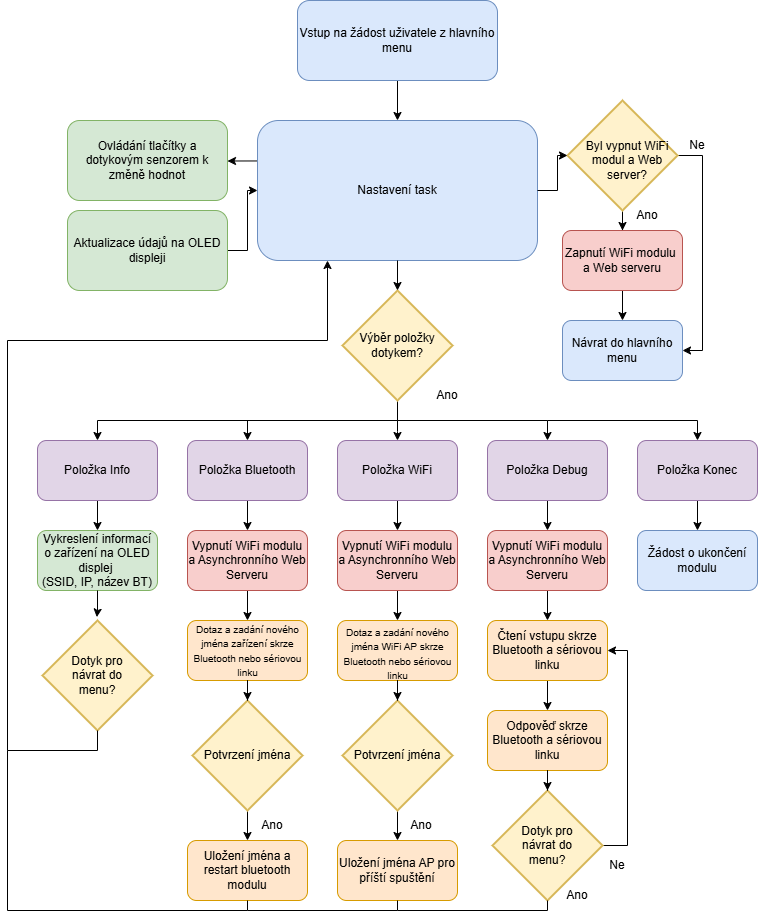
LosKukos/ESP32-Demonstration-Firmware keeps this draw.io diagram as settings_diagram.png. Above is the earlier version. Source tidied: cells renumbered, new cells last; positions are measured from the earlier drawing's top-left corner, leaving out a move shared by most shapes.
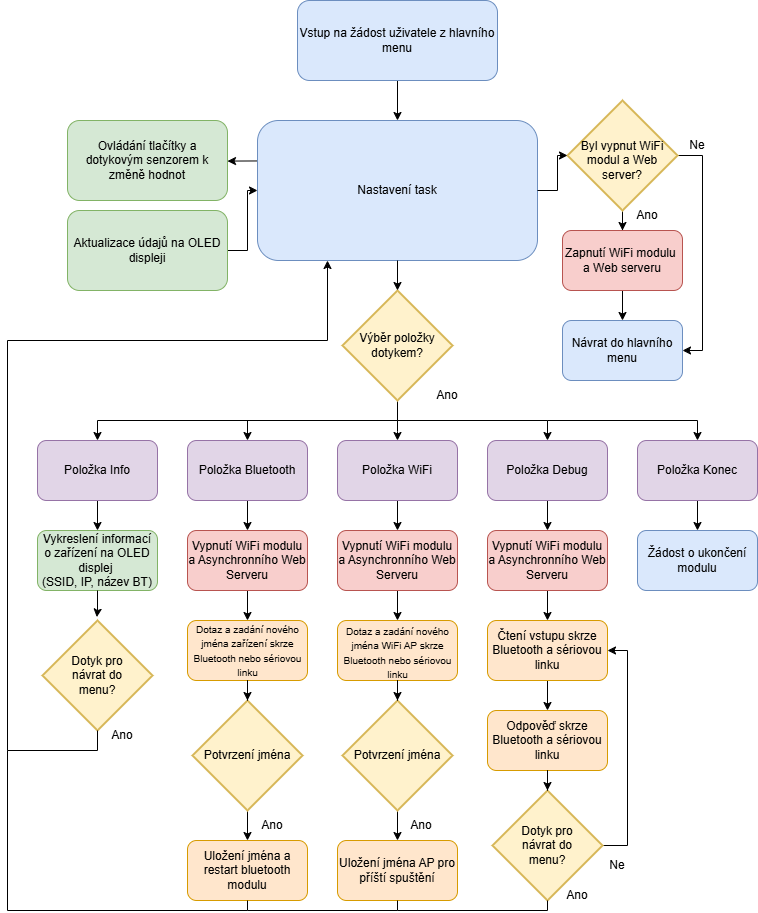
The same file after the commit.

Change to the diagram source:
```diff
@@ -165,7 +165,7 @@
       <mxGeometry relative="1" as="geometry" />
     </mxCell>
     <mxCell id="50" value="Byl vypnut WiFi modul a Web server?" style="text;html=1;whiteSpace=wrap;strokeColor=none;fillColor=none;align=center;verticalAlign=middle;rounded=0;" parent="1" vertex="1">
-      <mxGeometry x="565" y="130" width="110" height="60" as="geometry" />
+      <mxGeometry x="560" y="130" width="110" height="60" as="geometry" />
     </mxCell>
     <mxCell id="51" value="Ano" style="text;html=1;whiteSpace=wrap;strokeColor=none;fillColor=none;align=center;verticalAlign=middle;rounded=0;" parent="1" vertex="1">
       <mxGeometry x="610" y="200" width="60" height="30" as="geometry" />
@@ -266,5 +266,8 @@
     <mxCell id="74" value="Žádost o ukončení modulu" style="rounded=1;whiteSpace=wrap;html=1;fillColor=#dae8fc;strokeColor=#6c8ebf;" parent="1" vertex="1">
       <mxGeometry x="630" y="530" width="120" height="60" as="geometry" />
     </mxCell>
+    <mxCell id="75" value="Ano" style="text;html=1;whiteSpace=wrap;strokeColor=none;fillColor=none;align=center;verticalAlign=middle;rounded=0;" parent="1" vertex="1">
+      <mxGeometry x="85" y="720" width="60" height="30" as="geometry" />
+    </mxCell>
   </root>
 </mxGraphModel>
```
